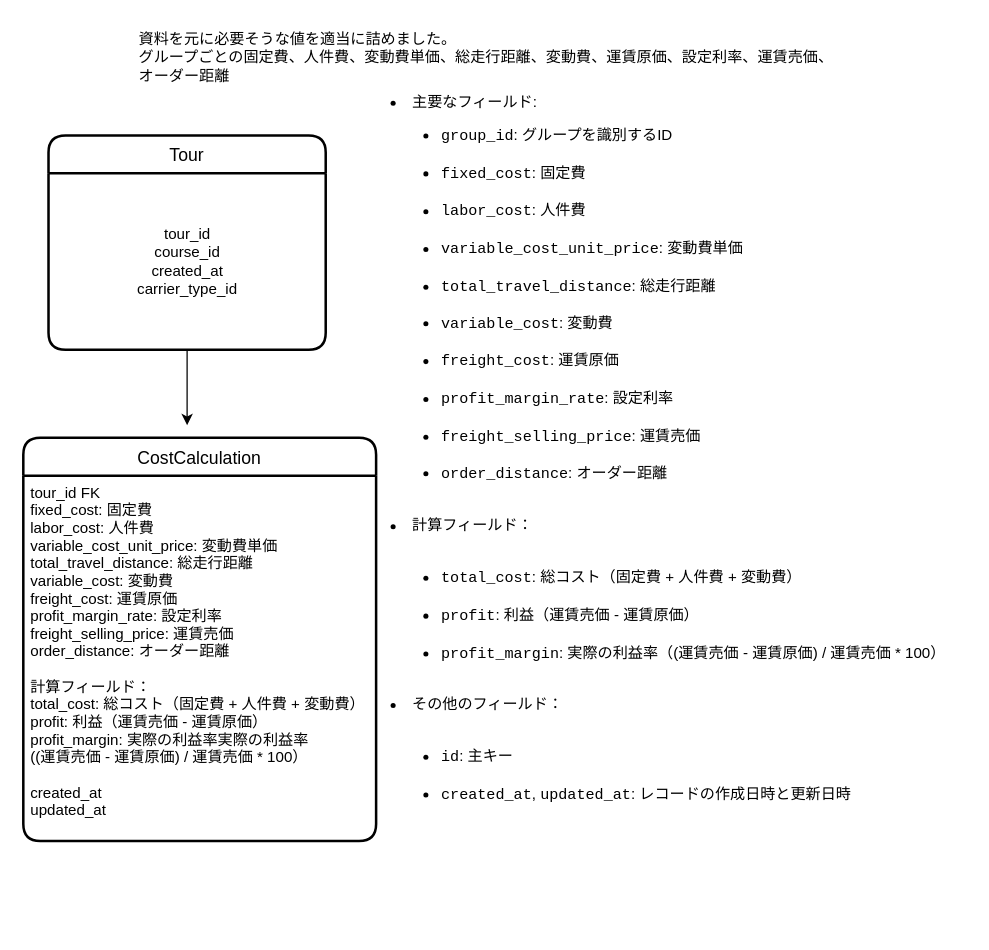
This is nakano.dio from okuyama-code/er_pra, a draw.io file, before an edit. Source tidied: cells renumbered, new cells numbered last; positions are measured from the earlier drawing's top-left corner, leaving out a move shared by most shapes. Both pictures are drawn from the tidied source at 126%, with x=0, y=0 at pixel (23, 21).
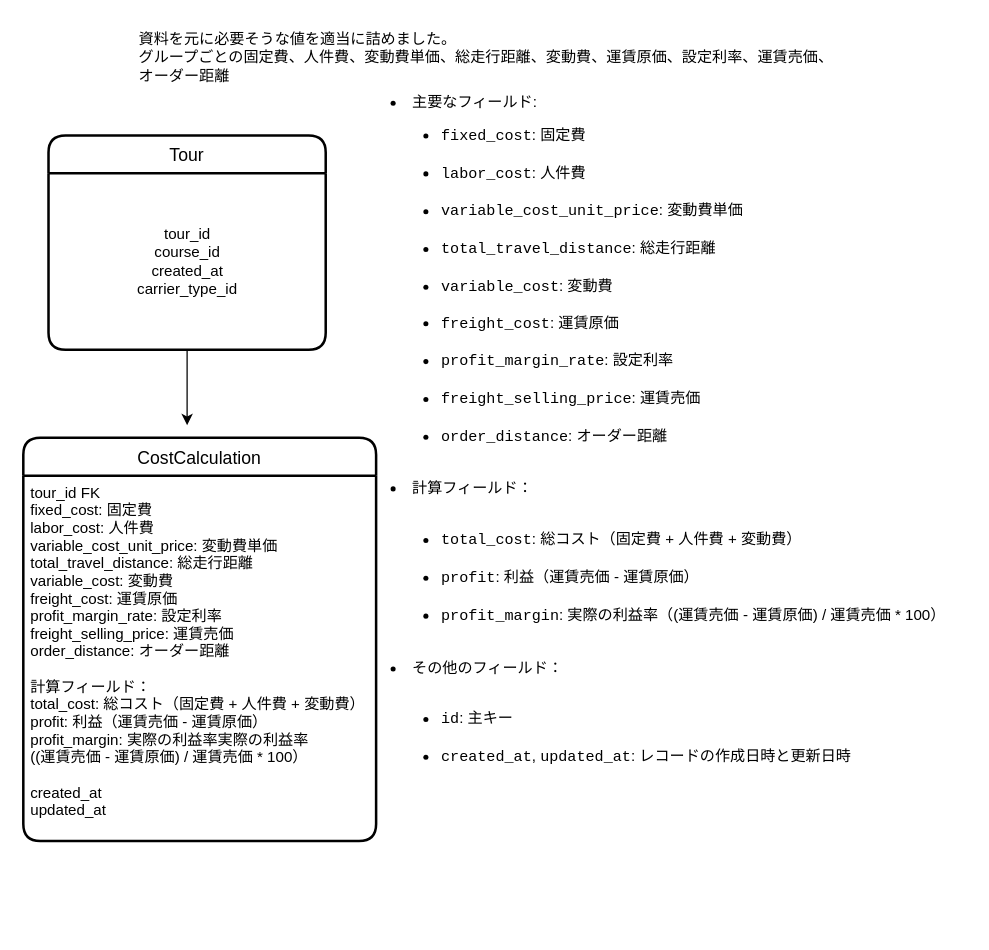
The same diagram, later.

What changed in the source:
```diff
@@
 <mxGraphModel>
   <root>
     <mxCell id="0" />
     <mxCell id="1" parent="0" />
     <mxCell id="2" value="Tour" style="swimlane;horizontal=1;startSize=30;rounded=1;fontSize=14;fontStyle=0;strokeWidth=2;shadow=0;dashed=0;align=center;" parent="1" vertex="1">
       <mxGeometry x="20" y="90" width="220" height="170" as="geometry" />
     </mxCell>
     <mxCell id="3" value="tour_id&lt;br&gt;course_id&lt;br&gt;created_at&lt;br&gt;carrier_type_id" style="text;html=1;align=center;verticalAlign=middle;points=[];strokeColor=none;fillColor=none;" parent="2" vertex="1">
       <mxGeometry y="30" width="220" height="140" as="geometry" />
     </mxCell>
     <mxCell id="4" value="CostCalculation" style="swimlane;horizontal=1;startSize=30;rounded=1;fontSize=14;fontStyle=0;strokeWidth=2;shadow=0;dashed=0;align=center;" parent="1" vertex="1">
       <mxGeometry y="330" width="280" height="320" as="geometry" />
     </mxCell>
     <mxCell id="5" value="tour_id FK&#10;fixed_cost: 固定費&#10;labor_cost: 人件費&#10;variable_cost_unit_price: 変動費単価&#10;total_travel_distance: 総走行距離&#10;variable_cost: 変動費&#10;freight_cost: 運賃原価&#10;profit_margin_rate: 設定利率&#10;freight_selling_price: 運賃売価&#10;order_distance: オーダー距離&#10;&#10;計算フィールド：&#10;total_cost: 総コスト（固定費 + 人件費 + 変動費）&#10;profit: 利益（運賃売価 - 運賃原価）&#10;profit_margin: 実際の利益率実際の利益率&#10;((運賃売価 - 運賃原価) / 運賃売価 * 100）&#10;&#10;created_at&#10;updated_at&#10;" style="align=left;strokeColor=none;fillColor=none;spacingLeft=4;fontSize=12;verticalAlign=top;" parent="4" vertex="1">
       <mxGeometry y="30" width="280" height="290" as="geometry" />
     </mxCell>
     <mxCell id="6" value="資料を元に必要そうな値を適当に詰めました。&lt;br&gt;グループごとの固定費、人件費、変動費単価、総走行距離、変動費、運賃原価、設定利率、運賃売価、オーダー距離" style="text;whiteSpace=wrap;html=1;" parent="1" vertex="1">
       <mxGeometry x="90" width="560" height="70" as="geometry" />
     </mxCell>
     <mxCell id="7" style="edgeStyle=none;html=1;" parent="1" edge="1" source="3">
       <mxGeometry relative="1" as="geometry">
         <mxPoint x="130" y="320" as="targetPoint" />
       </mxGeometry>
     </mxCell>
-    <mxCell id="8" value="&lt;li class=&quot;whitespace-normal break-words&quot;&gt;主要なフィールド:&lt;ul depth=&quot;1&quot; class=&quot;-mt-1 list-disc space-y-2 pl-8&quot;&gt;&lt;li class=&quot;whitespace-normal break-words&quot;&gt;&lt;code class=&quot;bg-bg-300 text-accent-secondary-000 whitespace-pre-wrap rounded-[0.3rem] px-1 py-px text-[0.95em]&quot;&gt;group_id&lt;/code&gt;: グループを識別するID&lt;/li&gt;&lt;br&gt;&lt;li class=&quot;whitespace-normal break-words&quot;&gt;&lt;code class=&quot;bg-bg-300 text-accent-secondary-000 whitespace-pre-wrap rounded-[0.3rem] px-1 py-px text-[0.95em]&quot;&gt;fixed_cost&lt;/code&gt;: 固定費&lt;/li&gt;&lt;br&gt;&lt;li class=&quot;whitespace-normal break-words&quot;&gt;&lt;code class=&quot;bg-bg-300 text-accent-secondary-000 whitespace-pre-wrap rounded-[0.3rem] px-1 py-px text-[0.95em]&quot;&gt;labor_cost&lt;/code&gt;: 人件費&lt;/li&gt;&lt;br&gt;&lt;li class=&quot;whitespace-normal break-words&quot;&gt;&lt;code class=&quot;bg-bg-300 text-accent-secondary-000 whitespace-pre-wrap rounded-[0.3rem] px-1 py-px text-[0.95em]&quot;&gt;variable_cost_unit_price&lt;/code&gt;: 変動費単価&lt;/li&gt;&lt;br&gt;&lt;li class=&quot;whitespace-normal break-words&quot;&gt;&lt;code class=&quot;bg-bg-300 text-accent-secondary-000 whitespace-pre-wrap rounded-[0.3rem] px-1 py-px text-[0.95em]&quot;&gt;total_travel_distance&lt;/code&gt;: 総走行距離&lt;/li&gt;&lt;br&gt;&lt;li class=&quot;whitespace-normal break-words&quot;&gt;&lt;code class=&quot;bg-bg-300 text-accent-secondary-000 whitespace-pre-wrap rounded-[0.3rem] px-1 py-px text-[0.95em]&quot;&gt;variable_cost&lt;/code&gt;: 変動費&lt;/li&gt;&lt;br&gt;&lt;li class=&quot;whitespace-normal break-words&quot;&gt;&lt;code class=&quot;bg-bg-300 text-accent-secondary-000 whitespace-pre-wrap rounded-[0.3rem] px-1 py-px text-[0.95em]&quot;&gt;freight_cost&lt;/code&gt;: 運賃原価&lt;/li&gt;&lt;br&gt;&lt;li class=&quot;whitespace-normal break-words&quot;&gt;&lt;code class=&quot;bg-bg-300 text-accent-secondary-000 whitespace-pre-wrap rounded-[0.3rem] px-1 py-px text-[0.95em]&quot;&gt;profit_margin_rate&lt;/code&gt;: 設定利率&lt;/li&gt;&lt;br&gt;&lt;li class=&quot;whitespace-normal break-words&quot;&gt;&lt;code class=&quot;bg-bg-300 text-accent-secondary-000 whitespace-pre-wrap rounded-[0.3rem] px-1 py-px text-[0.95em]&quot;&gt;freight_selling_price&lt;/code&gt;: 運賃売価&lt;/li&gt;&lt;br&gt;&lt;li class=&quot;whitespace-normal break-words&quot;&gt;&lt;code class=&quot;bg-bg-300 text-accent-secondary-000 whitespace-pre-wrap rounded-[0.3rem] px-1 py-px text-[0.95em]&quot;&gt;order_distance&lt;/code&gt;: オーダー距離&lt;/li&gt;&lt;/ul&gt;&lt;/li&gt;&lt;br&gt;&lt;li class=&quot;whitespace-normal break-words&quot;&gt;計算フィールド：&lt;br&gt;&lt;ul depth=&quot;1&quot; class=&quot;-mt-1 list-disc space-y-2 pl-8&quot;&gt;&lt;br&gt;&lt;li class=&quot;whitespace-normal break-words&quot;&gt;&lt;code class=&quot;bg-bg-300 text-accent-secondary-000 whitespace-pre-wrap rounded-[0.3rem] px-1 py-px text-[0.95em]&quot;&gt;total_cost&lt;/code&gt;: 総コスト（固定費 + 人件費 + 変動費）&lt;/li&gt;&lt;br&gt;&lt;li class=&quot;whitespace-normal break-words&quot;&gt;&lt;code class=&quot;bg-bg-300 text-accent-secondary-000 whitespace-pre-wrap rounded-[0.3rem] px-1 py-px text-[0.95em]&quot;&gt;profit&lt;/code&gt;: 利益（運賃売価 - 運賃原価）&lt;/li&gt;&lt;br&gt;&lt;li class=&quot;whitespace-normal break-words&quot;&gt;&lt;code class=&quot;bg-bg-300 text-accent-secondary-000 whitespace-pre-wrap rounded-[0.3rem] px-1 py-px text-[0.95em]&quot;&gt;profit_margin&lt;/code&gt;: 実際の利益率（(運賃売価 - 運賃原価) / 運賃売価 * 100）&lt;/li&gt;&lt;/ul&gt;&lt;/li&gt;&lt;br&gt;&lt;li class=&quot;whitespace-normal break-words&quot;&gt;その他のフィールド：&lt;br&gt;&lt;ul depth=&quot;1&quot; class=&quot;-mt-1 list-disc space-y-2 pl-8&quot;&gt;&lt;br&gt;&lt;li class=&quot;whitespace-normal break-words&quot;&gt;&lt;code class=&quot;bg-bg-300 text-accent-secondary-000 whitespace-pre-wrap rounded-[0.3rem] px-1 py-px text-[0.95em]&quot;&gt;id&lt;/code&gt;: 主キー&lt;/li&gt;&lt;br&gt;&lt;li class=&quot;whitespace-normal break-words&quot;&gt;&lt;code class=&quot;bg-bg-300 text-accent-secondary-000 whitespace-pre-wrap rounded-[0.3rem] px-1 py-px text-[0.95em]&quot;&gt;created_at&lt;/code&gt;, &lt;code class=&quot;bg-bg-300 text-accent-secondary-000 whitespace-pre-wrap rounded-[0.3rem] px-1 py-px text-[0.95em]&quot;&gt;updated_at&lt;/code&gt;: レコードの作成日時と更新日時&lt;/li&gt;&lt;/ul&gt;&lt;/li&gt;" style="text;whiteSpace=wrap;html=1;" parent="1" vertex="1">
+    <mxCell id="8" value="&lt;li class=&quot;whitespace-normal break-words&quot;&gt;主要なフィールド:&lt;ul depth=&quot;1&quot; class=&quot;-mt-1 list-disc space-y-2 pl-8&quot;&gt;&lt;li class=&quot;whitespace-normal break-words&quot;&gt;&lt;code class=&quot;bg-bg-300 text-accent-secondary-000 whitespace-pre-wrap rounded-[0.3rem] px-1 py-px text-[0.95em]&quot;&gt;fixed_cost&lt;/code&gt;: 固定費&lt;/li&gt;&lt;br&gt;&lt;li class=&quot;whitespace-normal break-words&quot;&gt;&lt;code class=&quot;bg-bg-300 text-accent-secondary-000 whitespace-pre-wrap rounded-[0.3rem] px-1 py-px text-[0.95em]&quot;&gt;labor_cost&lt;/code&gt;: 人件費&lt;/li&gt;&lt;br&gt;&lt;li class=&quot;whitespace-normal break-words&quot;&gt;&lt;code class=&quot;bg-bg-300 text-accent-secondary-000 whitespace-pre-wrap rounded-[0.3rem] px-1 py-px text-[0.95em]&quot;&gt;variable_cost_unit_price&lt;/code&gt;: 変動費単価&lt;/li&gt;&lt;br&gt;&lt;li class=&quot;whitespace-normal break-words&quot;&gt;&lt;code class=&quot;bg-bg-300 text-accent-secondary-000 whitespace-pre-wrap rounded-[0.3rem] px-1 py-px text-[0.95em]&quot;&gt;total_travel_distance&lt;/code&gt;: 総走行距離&lt;/li&gt;&lt;br&gt;&lt;li class=&quot;whitespace-normal break-words&quot;&gt;&lt;code class=&quot;bg-bg-300 text-accent-secondary-000 whitespace-pre-wrap rounded-[0.3rem] px-1 py-px text-[0.95em]&quot;&gt;variable_cost&lt;/code&gt;: 変動費&lt;/li&gt;&lt;br&gt;&lt;li class=&quot;whitespace-normal break-words&quot;&gt;&lt;code class=&quot;bg-bg-300 text-accent-secondary-000 whitespace-pre-wrap rounded-[0.3rem] px-1 py-px text-[0.95em]&quot;&gt;freight_cost&lt;/code&gt;: 運賃原価&lt;/li&gt;&lt;br&gt;&lt;li class=&quot;whitespace-normal break-words&quot;&gt;&lt;code class=&quot;bg-bg-300 text-accent-secondary-000 whitespace-pre-wrap rounded-[0.3rem] px-1 py-px text-[0.95em]&quot;&gt;profit_margin_rate&lt;/code&gt;: 設定利率&lt;/li&gt;&lt;br&gt;&lt;li class=&quot;whitespace-normal break-words&quot;&gt;&lt;code class=&quot;bg-bg-300 text-accent-secondary-000 whitespace-pre-wrap rounded-[0.3rem] px-1 py-px text-[0.95em]&quot;&gt;freight_selling_price&lt;/code&gt;: 運賃売価&lt;/li&gt;&lt;br&gt;&lt;li class=&quot;whitespace-normal break-words&quot;&gt;&lt;code class=&quot;bg-bg-300 text-accent-secondary-000 whitespace-pre-wrap rounded-[0.3rem] px-1 py-px text-[0.95em]&quot;&gt;order_distance&lt;/code&gt;: オーダー距離&lt;/li&gt;&lt;/ul&gt;&lt;/li&gt;&lt;br&gt;&lt;li class=&quot;whitespace-normal break-words&quot;&gt;計算フィールド：&lt;br&gt;&lt;ul depth=&quot;1&quot; class=&quot;-mt-1 list-disc space-y-2 pl-8&quot;&gt;&lt;br&gt;&lt;li class=&quot;whitespace-normal break-words&quot;&gt;&lt;code class=&quot;bg-bg-300 text-accent-secondary-000 whitespace-pre-wrap rounded-[0.3rem] px-1 py-px text-[0.95em]&quot;&gt;total_cost&lt;/code&gt;: 総コスト（固定費 + 人件費 + 変動費）&lt;/li&gt;&lt;br&gt;&lt;li class=&quot;whitespace-normal break-words&quot;&gt;&lt;code class=&quot;bg-bg-300 text-accent-secondary-000 whitespace-pre-wrap rounded-[0.3rem] px-1 py-px text-[0.95em]&quot;&gt;profit&lt;/code&gt;: 利益（運賃売価 - 運賃原価）&lt;/li&gt;&lt;br&gt;&lt;li class=&quot;whitespace-normal break-words&quot;&gt;&lt;code class=&quot;bg-bg-300 text-accent-secondary-000 whitespace-pre-wrap rounded-[0.3rem] px-1 py-px text-[0.95em]&quot;&gt;profit_margin&lt;/code&gt;: 実際の利益率（(運賃売価 - 運賃原価) / 運賃売価 * 100）&lt;/li&gt;&lt;/ul&gt;&lt;/li&gt;&lt;br&gt;&lt;li class=&quot;whitespace-normal break-words&quot;&gt;その他のフィールド：&lt;br&gt;&lt;ul depth=&quot;1&quot; class=&quot;-mt-1 list-disc space-y-2 pl-8&quot;&gt;&lt;br&gt;&lt;li class=&quot;whitespace-normal break-words&quot;&gt;&lt;code class=&quot;bg-bg-300 text-accent-secondary-000 whitespace-pre-wrap rounded-[0.3rem] px-1 py-px text-[0.95em]&quot;&gt;id&lt;/code&gt;: 主キー&lt;/li&gt;&lt;br&gt;&lt;li class=&quot;whitespace-normal break-words&quot;&gt;&lt;code class=&quot;bg-bg-300 text-accent-secondary-000 whitespace-pre-wrap rounded-[0.3rem] px-1 py-px text-[0.95em]&quot;&gt;created_at&lt;/code&gt;, &lt;code class=&quot;bg-bg-300 text-accent-secondary-000 whitespace-pre-wrap rounded-[0.3rem] px-1 py-px text-[0.95em]&quot;&gt;updated_at&lt;/code&gt;: レコードの作成日時と更新日時&lt;/li&gt;&lt;/ul&gt;&lt;/li&gt;" style="text;whiteSpace=wrap;html=1;" parent="1" vertex="1">
       <mxGeometry x="290" y="50" width="460" height="670" as="geometry" />
     </mxCell>
   </root>
 </mxGraphModel>
```
